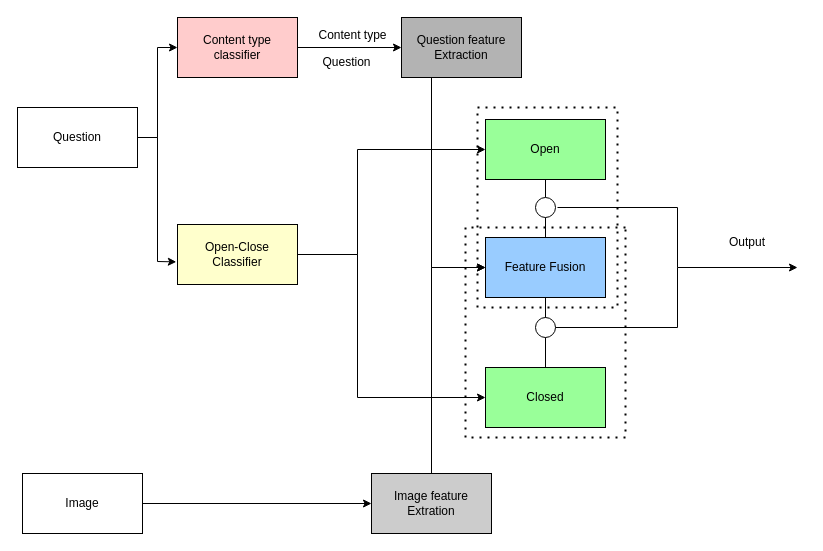
codingneverends/Project_VQA keeps this draw.io diagram as DesignDiagrams/new_duagram.drawio. Above is the earlier version. Source tidied: cells renumbered, new cells numbered last; positions are measured from the earlier drawing's top-left corner, leaving out a move shared by most shapes. Both pictures are drawn from the tidied source at 100%, with x=0, y=0 at pixel (17, 17).
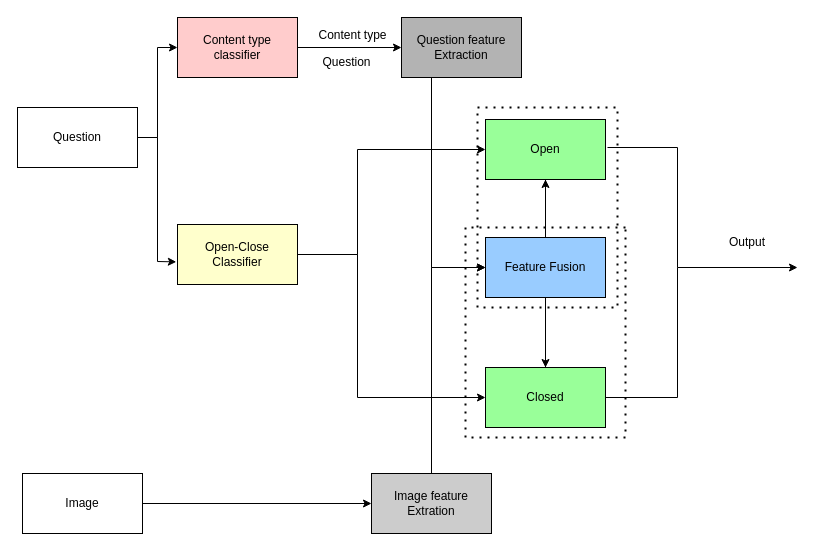
After the change.

Unchanged cells that the change refers to:
```xml
<mxCell id="14" value="Open" style="rounded=0;whiteSpace=wrap;html=1;fillColor=#99FF99;" parent="1" vertex="1">
  <mxGeometry x="468" y="102" width="120" height="60" as="geometry" />
</mxCell>
<mxCell id="15" value="Closed" style="rounded=0;whiteSpace=wrap;html=1;fillColor=#99FF99;" parent="1" vertex="1">
  <mxGeometry x="468" y="350" width="120" height="60" as="geometry" />
</mxCell>
<mxCell id="18" value="Feature Fusion" style="rounded=0;whiteSpace=wrap;html=1;fillColor=#99CCFF;" parent="1" vertex="1">
  <mxGeometry x="468" y="220" width="120" height="60" as="geometry" />
</mxCell>
```

The edit, as a diff of the source:
```diff
@@
-    <mxCell id="21" style="endArrow=none;html=1;rounded=0;exitX=0.5;exitY=0;exitDx=0;exitDy=0;entryX=0.5;entryY=1;entryDx=0;entryDy=0;startArrow=none;" parent="1" edge="1" source="23" target="14">
-      <mxGeometry relative="1" as="geometry" />
+    <mxCell id="21" style="endArrow=none;html=1;rounded=0;exitX=0.5;exitY=0;exitDx=0;exitDy=0;entryX=0.5;entryY=1;entryDx=0;entryDy=0;startArrow=none;" parent="1" edge="1" target="14">
+      <mxGeometry relative="1" as="geometry">
+        <mxPoint x="528" y="180" as="sourcePoint" />
+      </mxGeometry>
     </mxCell>
@@
-    <mxCell id="23" style="ellipse;whiteSpace=wrap;html=1;" parent="1" vertex="1">
-      <mxGeometry x="518" y="180" width="20" height="20" as="geometry" />
-    </mxCell>
-    <mxCell id="24" style="endArrow=none;html=1;rounded=0;exitX=0.5;exitY=0;exitDx=0;exitDy=0;entryX=0.5;entryY=1;entryDx=0;entryDy=0;" parent="1" edge="1" source="18" target="23">
-      <mxGeometry relative="1" as="geometry" />
+    <mxCell id="24" style="endArrow=none;html=1;rounded=0;exitX=0.5;exitY=0;exitDx=0;exitDy=0;entryX=0.5;entryY=1;entryDx=0;entryDy=0;" parent="1" edge="1" source="18">
+      <mxGeometry relative="1" as="geometry">
+        <mxPoint x="528" y="200" as="targetPoint" />
+      </mxGeometry>
     </mxCell>
-    <mxCell id="25" style="ellipse;whiteSpace=wrap;html=1;" parent="1" vertex="1">
-      <mxGeometry x="518" y="300" width="20" height="20" as="geometry" />
-    </mxCell>
     <mxCell id="26" style="endArrow=classic;html=1;rounded=0;" parent="1" edge="1">
       <mxGeometry relative="1" as="geometry">
-        <mxPoint x="540" y="190" as="sourcePoint" />
+        <mxPoint x="590" y="130" as="sourcePoint" />
         <mxPoint x="780" y="250" as="targetPoint" />
         <Array as="points">
-          <mxPoint x="660" y="190" />
+          <mxPoint x="660" y="130" />
           <mxPoint x="660" y="250" />
         </Array>
       </mxGeometry>
     </mxCell>
-    <mxCell id="27" style="endArrow=none;html=1;rounded=0;exitX=1;exitY=0.5;exitDx=0;exitDy=0;" parent="1" edge="1" source="25">
+    <mxCell id="27" style="endArrow=none;html=1;rounded=0;exitX=1;exitY=0.5;exitDx=0;exitDy=0;" parent="1" edge="1">
       <mxGeometry relative="1" as="geometry">
+        <mxPoint x="588" y="380" as="sourcePoint" />
         <mxPoint x="660" y="250" as="targetPoint" />
         <Array as="points">
-          <mxPoint x="660" y="310" />
+          <mxPoint x="660" y="380" />
         </Array>
       </mxGeometry>
     </mxCell>
@@
+    <mxCell id="31" style="endArrow=classic;html=1;rounded=0;exitX=0.5;exitY=0;exitDx=0;exitDy=0;entryX=0.5;entryY=1;entryDx=0;entryDy=0;" parent="1" edge="1" source="18" target="14">
+      <mxGeometry relative="1" as="geometry" />
+    </mxCell>
+    <mxCell id="32" style="endArrow=classic;html=1;rounded=0;exitX=0.5;exitY=1;exitDx=0;exitDy=0;entryX=0.5;entryY=0;entryDx=0;entryDy=0;" parent="1" edge="1" source="18" target="15">
+      <mxGeometry relative="1" as="geometry" />
+    </mxCell>
```
